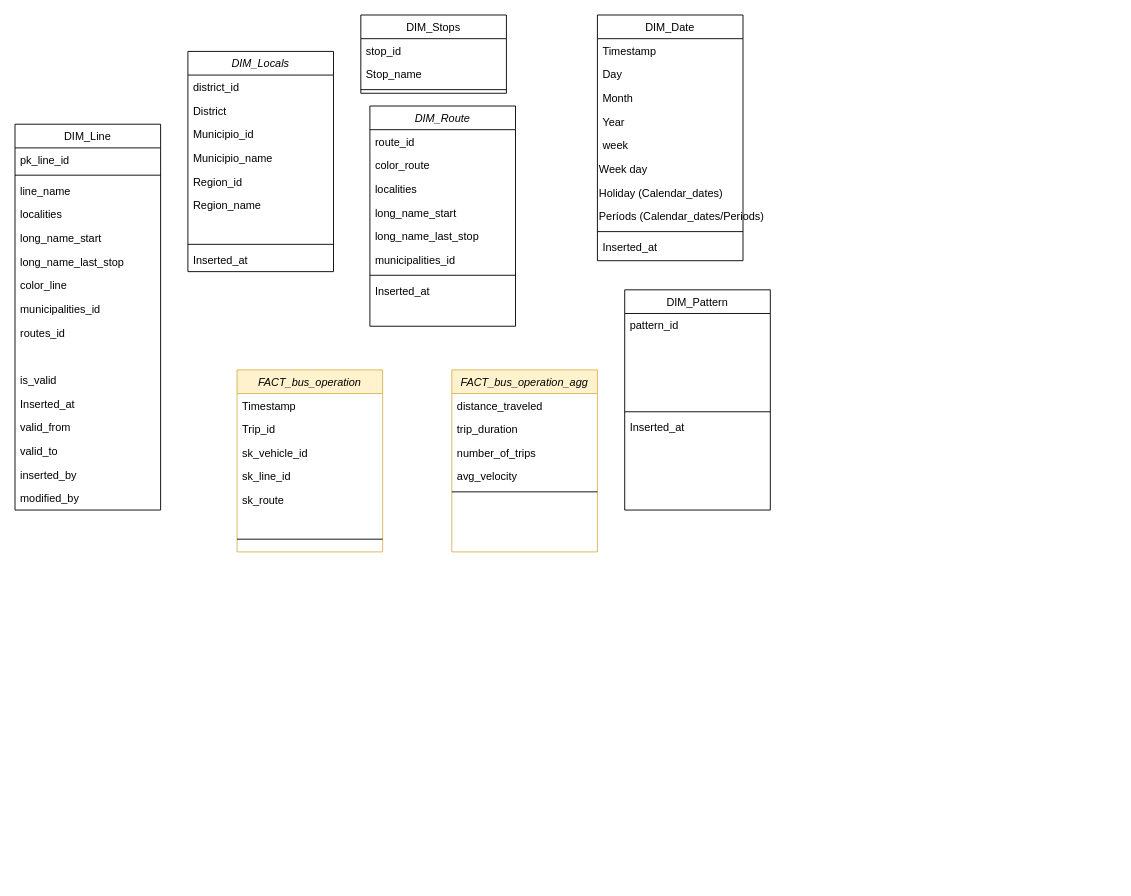
joao-dias-25/final-project-edit keeps this draw.io diagram as Diagrama sem nome.drawio. Above is the earlier version. Source tidied: cells renumbered, new cells numbered last; positions are measured from the earlier drawing's top-left corner, leaving out a move shared by most shapes. Both pictures are drawn from the tidied source at 91%, with x=0, y=0 at pixel (15, 15).
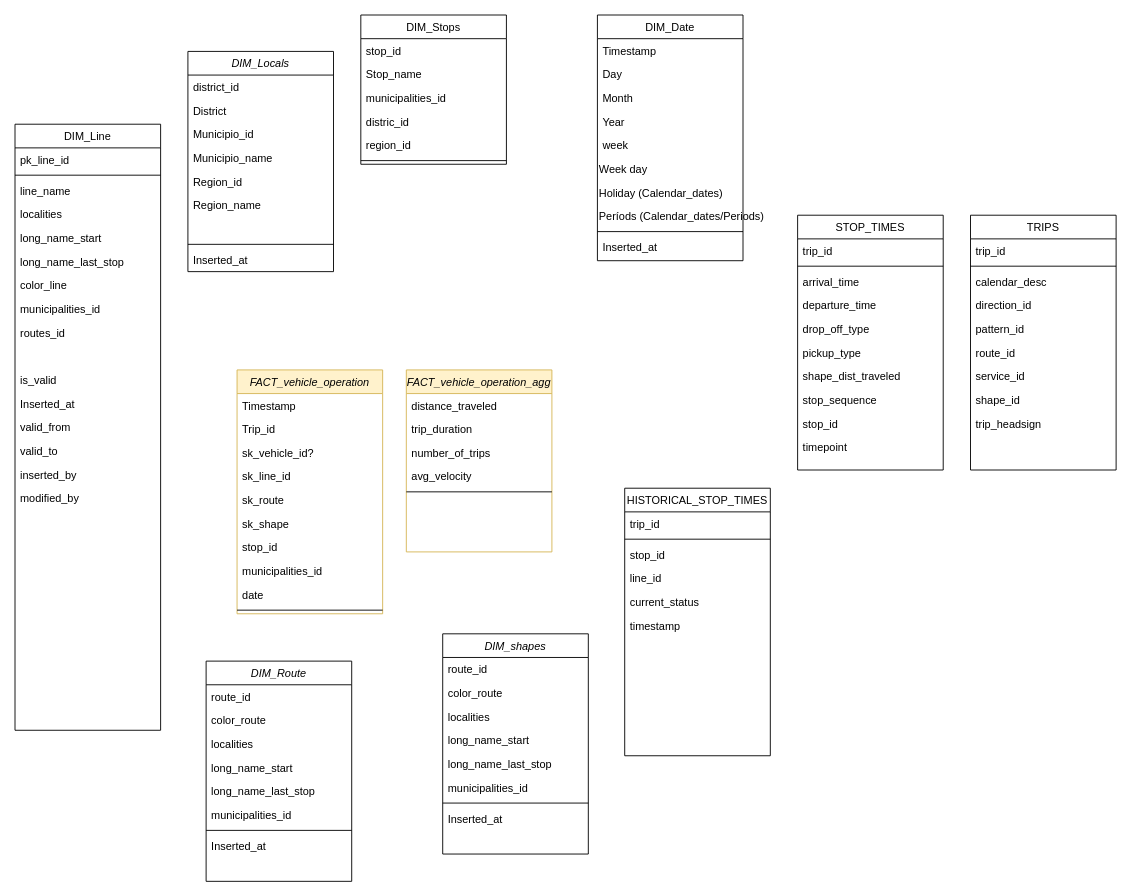
Above is the later version.

The edit, as a diff of the source:
```diff
@@
     <mxCell id="12" value="DIM_Line" style="swimlane;fontStyle=0;align=center;verticalAlign=top;horizontal=1;startSize=26;rounded=0;shadow=0;strokeWidth=1;" parent="1" vertex="1">
-      <mxGeometry y="120" width="160" height="424" as="geometry" />
+      <mxGeometry y="120" width="160" height="666" as="geometry" />
     </mxCell>
@@
     <mxCell id="29" value="DIM_Stops" style="swimlane;fontStyle=0;align=center;verticalAlign=top;horizontal=1;startSize=26;rounded=0;shadow=0;strokeWidth=1;" parent="1" vertex="1">
-      <mxGeometry x="380" width="160" height="86" as="geometry" />
+      <mxGeometry x="380" width="160" height="164" as="geometry" />
     </mxCell>
@@
+    <mxCell id="74" value="municipalities_id" style="text;align=left;verticalAlign=top;spacingLeft=4;spacingRight=4;overflow=hidden;" parent="29" vertex="1">
+      <mxGeometry y="78" width="160" height="26" as="geometry" />
+    </mxCell>
+    <mxCell id="75" value="distric_id" style="text;align=left;verticalAlign=top;spacingLeft=4;spacingRight=4;overflow=hidden;" parent="29" vertex="1">
+      <mxGeometry y="104" width="160" height="26" as="geometry" />
+    </mxCell>
+    <mxCell id="76" value="region_id" style="text;align=left;verticalAlign=top;spacingLeft=4;spacingRight=4;overflow=hidden;" parent="29" vertex="1">
+      <mxGeometry y="130" width="160" height="26" as="geometry" />
+    </mxCell>
     <mxCell id="32" style="line;html=1;strokeWidth=1;align=left;verticalAlign=middle;spacingTop=-1;spacingLeft=3;spacingRight=3;labelPosition=right;" parent="29" vertex="1">
-      <mxGeometry y="78" width="160" height="8" as="geometry" />
+      <mxGeometry y="156" width="160" height="8" as="geometry" />
     </mxCell>
@@
-    <mxCell id="44" value="FACT_bus_operation" style="swimlane;fontStyle=2;align=center;verticalAlign=top;horizontal=1;startSize=26;rounded=0;shadow=0;strokeWidth=1;fillColor=#fff2cc;strokeColor=#d6b656;" parent="1" vertex="1">
-      <mxGeometry x="244" y="390" width="160" height="200" as="geometry" />
+    <mxCell id="44" value="FACT_vehicle_operation" style="swimlane;fontStyle=2;align=center;verticalAlign=top;horizontal=1;startSize=26;rounded=0;shadow=0;strokeWidth=1;fillColor=#fff2cc;strokeColor=#d6b656;" parent="1" vertex="1">
+      <mxGeometry x="244" y="390" width="160" height="268" as="geometry" />
     </mxCell>
@@
-    <mxCell id="46" value="Trip_id" style="text;align=left;verticalAlign=top;spacingLeft=4;spacingRight=4;overflow=hidden;rounded=0;shadow=0;html=0;" parent="44" vertex="1">
+    <mxCell id="46" value="Trip_id&#10;" style="text;align=left;verticalAlign=top;spacingLeft=4;spacingRight=4;overflow=hidden;rounded=0;shadow=0;html=0;" parent="44" vertex="1">
       <mxGeometry y="52" width="160" height="26" as="geometry" />
     </mxCell>
-    <mxCell id="47" value="sk_vehicle_id" style="text;align=left;verticalAlign=top;spacingLeft=4;spacingRight=4;overflow=hidden;rounded=0;shadow=0;html=0;" parent="44" vertex="1">
+    <mxCell id="47" value="sk_vehicle_id?" style="text;align=left;verticalAlign=top;spacingLeft=4;spacingRight=4;overflow=hidden;rounded=0;shadow=0;html=0;" parent="44" vertex="1">
       <mxGeometry y="78" width="160" height="26" as="geometry" />
     </mxCell>
@@
+    <mxCell id="77" value="sk_shape" style="text;align=left;verticalAlign=top;spacingLeft=4;spacingRight=4;overflow=hidden;rounded=0;shadow=0;html=0;" parent="44" vertex="1">
+      <mxGeometry y="156" width="160" height="26" as="geometry" />
+    </mxCell>
+    <mxCell id="78" value="stop_id" style="text;align=left;verticalAlign=top;spacingLeft=4;spacingRight=4;overflow=hidden;rounded=0;shadow=0;html=0;" parent="44" vertex="1">
+      <mxGeometry y="182" width="160" height="26" as="geometry" />
+    </mxCell>
+    <mxCell id="79" value="municipalities_id" style="text;align=left;verticalAlign=top;spacingLeft=4;spacingRight=4;overflow=hidden;rounded=0;shadow=0;html=0;" parent="44" vertex="1">
+      <mxGeometry y="208" width="160" height="26" as="geometry" />
+    </mxCell>
-    <mxCell id="50" style="text;align=left;verticalAlign=top;spacingLeft=4;spacingRight=4;overflow=hidden;rounded=0;shadow=0;html=0;" parent="44" vertex="1">
-      <mxGeometry y="156" width="160" height="26" as="geometry" />
+    <mxCell id="50" value="date" style="text;align=left;verticalAlign=top;spacingLeft=4;spacingRight=4;overflow=hidden;rounded=0;shadow=0;html=0;" parent="44" vertex="1">
+      <mxGeometry y="234" width="160" height="26" as="geometry" />
     </mxCell>
     <mxCell id="51" style="line;html=1;strokeWidth=1;align=left;verticalAlign=middle;spacingTop=-1;spacingLeft=3;spacingRight=3;labelPosition=right;" parent="44" vertex="1">
-      <mxGeometry y="182" width="160" height="8" as="geometry" />
+      <mxGeometry y="260" width="160" height="8" as="geometry" />
     </mxCell>
-    <mxCell id="52" value="FACT_bus_operation_agg&#10;&#10;" style="swimlane;fontStyle=2;align=center;verticalAlign=top;horizontal=1;startSize=26;rounded=0;shadow=0;strokeWidth=1;fillColor=#fff2cc;strokeColor=#d6b656;" parent="1" vertex="1">
-      <mxGeometry x="480" y="390" width="160" height="200" as="geometry" />
+    <mxCell id="52" value="FACT_vehicle_operation_agg&#10;&#10;" style="swimlane;fontStyle=2;align=center;verticalAlign=top;horizontal=1;startSize=26;rounded=0;shadow=0;strokeWidth=1;fillColor=#fff2cc;strokeColor=#d6b656;" parent="1" vertex="1">
+      <mxGeometry x="430" y="390" width="160" height="200" as="geometry" />
     </mxCell>
@@
     <mxCell id="58" value="DIM_Route" style="swimlane;fontStyle=2;align=center;verticalAlign=top;horizontal=1;startSize=26;rounded=0;shadow=0;strokeWidth=1;" parent="1" vertex="1">
-      <mxGeometry x="390" y="100" width="160" height="242" as="geometry" />
+      <mxGeometry x="210" y="710" width="160" height="242" as="geometry" />
     </mxCell>
@@
-    <mxCell id="67" value="DIM_Pattern" style="swimlane;fontStyle=0;align=center;verticalAlign=top;horizontal=1;startSize=26;rounded=0;shadow=0;strokeWidth=1;" parent="1" vertex="1">
-      <mxGeometry x="670" y="302" width="160" height="242" as="geometry" />
-    </mxCell>
+    <mxCell id="80" value="DIM_shapes" style="swimlane;fontStyle=2;align=center;verticalAlign=top;horizontal=1;startSize=26;rounded=0;shadow=0;strokeWidth=1;" parent="1" vertex="1">
+      <mxGeometry x="470" y="680" width="160" height="242" as="geometry" />
+    </mxCell>
+    <mxCell id="81" value="route_id" style="text;align=left;verticalAlign=top;spacingLeft=4;spacingRight=4;overflow=hidden;" parent="80" vertex="1">
+      <mxGeometry y="26" width="160" height="26" as="geometry" />
+    </mxCell>
+    <mxCell id="82" value="color_route" style="text;align=left;verticalAlign=top;spacingLeft=4;spacingRight=4;overflow=hidden;rounded=0;shadow=0;html=0;" parent="80" vertex="1">
+      <mxGeometry y="52" width="160" height="26" as="geometry" />
+    </mxCell>
+    <mxCell id="83" value="localities" style="text;align=left;verticalAlign=top;spacingLeft=4;spacingRight=4;overflow=hidden;rounded=0;shadow=0;html=0;" parent="80" vertex="1">
+      <mxGeometry y="78" width="160" height="26" as="geometry" />
+    </mxCell>
+    <mxCell id="84" value="long_name_start" style="text;align=left;verticalAlign=top;spacingLeft=4;spacingRight=4;overflow=hidden;rounded=0;shadow=0;html=0;" parent="80" vertex="1">
+      <mxGeometry y="104" width="160" height="26" as="geometry" />
+    </mxCell>
+    <mxCell id="85" value="long_name_last_stop" style="text;align=left;verticalAlign=top;spacingLeft=4;spacingRight=4;overflow=hidden;rounded=0;shadow=0;html=0;" parent="80" vertex="1">
+      <mxGeometry y="130" width="160" height="26" as="geometry" />
+    </mxCell>
+    <mxCell id="86" value="municipalities_id" style="text;align=left;verticalAlign=top;spacingLeft=4;spacingRight=4;overflow=hidden;rounded=0;shadow=0;html=0;" parent="80" vertex="1">
+      <mxGeometry y="156" width="160" height="26" as="geometry" />
+    </mxCell>
+    <mxCell id="87" style="line;html=1;strokeWidth=1;align=left;verticalAlign=middle;spacingTop=-1;spacingLeft=3;spacingRight=3;labelPosition=right;" parent="80" vertex="1">
+      <mxGeometry y="182" width="160" height="8" as="geometry" />
+    </mxCell>
+    <mxCell id="73" value="Inserted_at" style="text;align=left;verticalAlign=top;spacingLeft=4;spacingRight=4;overflow=hidden;" parent="80" vertex="1">
+      <mxGeometry y="190" width="160" height="26" as="geometry" />
+    </mxCell>
+    <mxCell id="88" value="STOP_TIMES" style="swimlane;fontStyle=0;align=center;verticalAlign=top;horizontal=1;startSize=26;rounded=0;shadow=0;strokeWidth=1;" parent="1" vertex="1">
+      <mxGeometry x="860" y="220" width="160" height="280" as="geometry" />
+    </mxCell>
+    <mxCell id="89" value="trip_id" style="text;align=left;verticalAlign=top;spacingLeft=4;spacingRight=4;overflow=hidden;" parent="88" vertex="1">
+      <mxGeometry y="26" width="160" height="26" as="geometry" />
+    </mxCell>
+    <mxCell id="90" style="line;html=1;strokeWidth=1;align=left;verticalAlign=middle;spacingTop=-1;spacingLeft=3;spacingRight=3;labelPosition=right;" parent="88" vertex="1">
+      <mxGeometry y="52" width="160" height="8" as="geometry" />
+    </mxCell>
+    <mxCell id="91" value="arrival_time" style="text;align=left;verticalAlign=top;spacingLeft=4;spacingRight=4;overflow=hidden;" parent="88" vertex="1">
+      <mxGeometry y="60" width="160" height="26" as="geometry" />
+    </mxCell>
+    <mxCell id="92" value="departure_time" style="text;align=left;verticalAlign=top;spacingLeft=4;spacingRight=4;overflow=hidden;" parent="88" vertex="1">
+      <mxGeometry y="86" width="160" height="26" as="geometry" />
+    </mxCell>
+    <mxCell id="93" value="drop_off_type" style="text;align=left;verticalAlign=top;spacingLeft=4;spacingRight=4;overflow=hidden;" parent="88" vertex="1">
+      <mxGeometry y="112" width="160" height="26" as="geometry" />
+    </mxCell>
+    <mxCell id="94" value="pickup_type" style="text;align=left;verticalAlign=top;spacingLeft=4;spacingRight=4;overflow=hidden;" parent="88" vertex="1">
+      <mxGeometry y="138" width="160" height="26" as="geometry" />
+    </mxCell>
+    <mxCell id="95" value="shape_dist_traveled" style="text;align=left;verticalAlign=top;spacingLeft=4;spacingRight=4;overflow=hidden;" parent="88" vertex="1">
+      <mxGeometry y="164" width="160" height="26" as="geometry" />
+    </mxCell>
+    <mxCell id="96" value="stop_sequence" style="text;align=left;verticalAlign=top;spacingLeft=4;spacingRight=4;overflow=hidden;" parent="88" vertex="1">
+      <mxGeometry y="190" width="160" height="26" as="geometry" />
+    </mxCell>
+    <mxCell id="97" value="stop_id" style="text;align=left;verticalAlign=top;spacingLeft=4;spacingRight=4;overflow=hidden;" parent="88" vertex="1">
+      <mxGeometry y="216" width="160" height="26" as="geometry" />
+    </mxCell>
+    <mxCell id="98" value="timepoint" style="text;align=left;verticalAlign=top;spacingLeft=4;spacingRight=4;overflow=hidden;" parent="88" vertex="1">
+      <mxGeometry y="242" width="160" height="26" as="geometry" />
+    </mxCell>
+    <mxCell id="99" style="line;html=1;strokeWidth=1;align=left;verticalAlign=middle;spacingTop=-1;spacingLeft=3;spacingRight=3;labelPosition=right;" parent="88" vertex="1">
+      <mxGeometry y="268" width="160" as="geometry" />
+    </mxCell>
+    <mxCell id="100" value="TRIPS" style="swimlane;fontStyle=0;align=center;verticalAlign=top;horizontal=1;startSize=26;rounded=0;shadow=0;strokeWidth=1;" parent="1" vertex="1">
+      <mxGeometry x="1050" y="220" width="160" height="280" as="geometry" />
+    </mxCell>
+    <mxCell id="101" value="trip_id" style="text;align=left;verticalAlign=top;spacingLeft=4;spacingRight=4;overflow=hidden;" parent="100" vertex="1">
+      <mxGeometry y="26" width="160" height="26" as="geometry" />
+    </mxCell>
+    <mxCell id="102" style="line;html=1;strokeWidth=1;align=left;verticalAlign=middle;spacingTop=-1;spacingLeft=3;spacingRight=3;labelPosition=right;" parent="100" vertex="1">
+      <mxGeometry y="52" width="160" height="8" as="geometry" />
+    </mxCell>
+    <mxCell id="103" value="calendar_desc" style="text;align=left;verticalAlign=top;spacingLeft=4;spacingRight=4;overflow=hidden;" parent="100" vertex="1">
+      <mxGeometry y="60" width="160" height="26" as="geometry" />
+    </mxCell>
+    <mxCell id="104" value="direction_id" style="text;align=left;verticalAlign=top;spacingLeft=4;spacingRight=4;overflow=hidden;" parent="100" vertex="1">
+      <mxGeometry y="86" width="160" height="26" as="geometry" />
+    </mxCell>
-    <mxCell id="68" value="pattern_id" style="text;align=left;verticalAlign=top;spacingLeft=4;spacingRight=4;overflow=hidden;" parent="67" vertex="1">
-      <mxGeometry y="26" width="160" height="26" as="geometry" />
+    <mxCell id="68" value="pattern_id" style="text;align=left;verticalAlign=top;spacingLeft=4;spacingRight=4;overflow=hidden;" parent="100" vertex="1">
+      <mxGeometry y="112" width="160" height="26" as="geometry" />
     </mxCell>
-    <mxCell id="69" style="text;align=left;verticalAlign=top;spacingLeft=4;spacingRight=4;overflow=hidden;" parent="67" vertex="1">
-      <mxGeometry y="52" width="160" height="26" as="geometry" />
-    </mxCell>
-    <mxCell id="70" style="text;align=left;verticalAlign=top;spacingLeft=4;spacingRight=4;overflow=hidden;" parent="67" vertex="1">
-      <mxGeometry y="78" width="160" height="26" as="geometry" />
-    </mxCell>
-    <mxCell id="71" style="text;align=left;verticalAlign=top;spacingLeft=4;spacingRight=4;overflow=hidden;" parent="67" vertex="1">
-      <mxGeometry y="104" width="160" height="26" as="geometry" />
-    </mxCell>
-    <mxCell id="72" style="line;html=1;strokeWidth=1;align=left;verticalAlign=middle;spacingTop=-1;spacingLeft=3;spacingRight=3;labelPosition=right;" parent="67" vertex="1">
-      <mxGeometry y="130" width="160" height="8" as="geometry" />
-    </mxCell>
-    <mxCell id="73" value="Inserted_at" style="text;align=left;verticalAlign=top;spacingLeft=4;spacingRight=4;overflow=hidden;" parent="67" vertex="1">
-      <mxGeometry y="138" width="160" height="26" as="geometry" />
-    </mxCell>
+    <mxCell id="105" value="route_id" style="text;align=left;verticalAlign=top;spacingLeft=4;spacingRight=4;overflow=hidden;" parent="100" vertex="1">
+      <mxGeometry y="138" width="160" height="26" as="geometry" />
+    </mxCell>
+    <mxCell id="106" value="service_id" style="text;align=left;verticalAlign=top;spacingLeft=4;spacingRight=4;overflow=hidden;" parent="100" vertex="1">
+      <mxGeometry y="164" width="160" height="26" as="geometry" />
+    </mxCell>
+    <mxCell id="107" value="shape_id" style="text;align=left;verticalAlign=top;spacingLeft=4;spacingRight=4;overflow=hidden;" parent="100" vertex="1">
+      <mxGeometry y="190" width="160" height="26" as="geometry" />
+    </mxCell>
+    <mxCell id="108" value="trip_headsign" style="text;align=left;verticalAlign=top;spacingLeft=4;spacingRight=4;overflow=hidden;" parent="100" vertex="1">
+      <mxGeometry y="216" width="160" height="26" as="geometry" />
+    </mxCell>
+    <mxCell id="109" style="line;html=1;strokeWidth=1;align=left;verticalAlign=middle;spacingTop=-1;spacingLeft=3;spacingRight=3;labelPosition=right;" parent="100" vertex="1">
+      <mxGeometry y="242" width="160" as="geometry" />
+    </mxCell>
+    <mxCell id="110" value="HISTORICAL_STOP_TIMES" style="swimlane;fontStyle=0;align=center;verticalAlign=top;horizontal=1;startSize=26;rounded=0;shadow=0;strokeWidth=1;" parent="1" vertex="1">
+      <mxGeometry x="670" y="520" width="160" height="294" as="geometry" />
+    </mxCell>
+    <mxCell id="111" value="trip_id" style="text;align=left;verticalAlign=top;spacingLeft=4;spacingRight=4;overflow=hidden;" parent="110" vertex="1">
+      <mxGeometry y="26" width="160" height="26" as="geometry" />
+    </mxCell>
+    <mxCell id="112" style="line;html=1;strokeWidth=1;align=left;verticalAlign=middle;spacingTop=-1;spacingLeft=3;spacingRight=3;labelPosition=right;" parent="110" vertex="1">
+      <mxGeometry y="52" width="160" height="8" as="geometry" />
+    </mxCell>
+    <mxCell id="113" value="stop_id" style="text;align=left;verticalAlign=top;spacingLeft=4;spacingRight=4;overflow=hidden;" parent="110" vertex="1">
+      <mxGeometry y="60" width="160" height="26" as="geometry" />
+    </mxCell>
+    <mxCell id="114" value="line_id" style="text;align=left;verticalAlign=top;spacingLeft=4;spacingRight=4;overflow=hidden;" parent="110" vertex="1">
+      <mxGeometry y="86" width="160" height="26" as="geometry" />
+    </mxCell>
+    <mxCell id="115" value="current_status" style="text;align=left;verticalAlign=top;spacingLeft=4;spacingRight=4;overflow=hidden;" parent="110" vertex="1">
+      <mxGeometry y="112" width="160" height="26" as="geometry" />
+    </mxCell>
+    <mxCell id="116" value="timestamp" style="text;align=left;verticalAlign=top;spacingLeft=4;spacingRight=4;overflow=hidden;" parent="110" vertex="1">
+      <mxGeometry y="138" width="160" height="26" as="geometry" />
+    </mxCell>
+    <mxCell id="117" style="line;html=1;strokeWidth=1;align=left;verticalAlign=middle;spacingTop=-1;spacingLeft=3;spacingRight=3;labelPosition=right;" parent="110" vertex="1">
+      <mxGeometry y="164" width="160" as="geometry" />
+    </mxCell>
```
